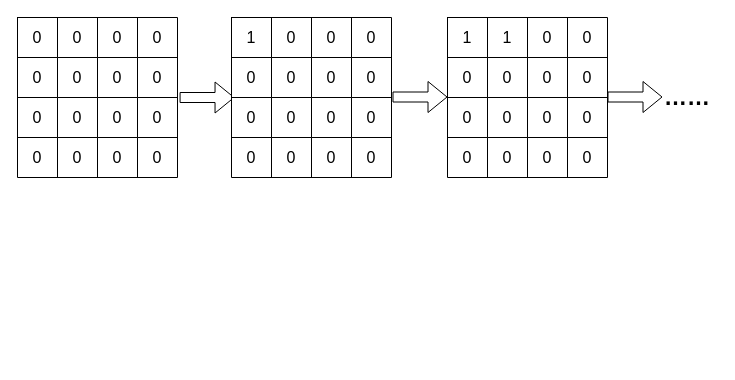
This is doc/yidong.drawio from shanshan-lu/homwork, a draw.io file, before an edit. Source tidied: cells renumbered, new cells numbered last; positions are measured from the earlier drawing's top-left corner, leaving out a move shared by most shapes. Both pictures are drawn from the tidied source at 100%, with x=0, y=0 at pixel (17, 17).
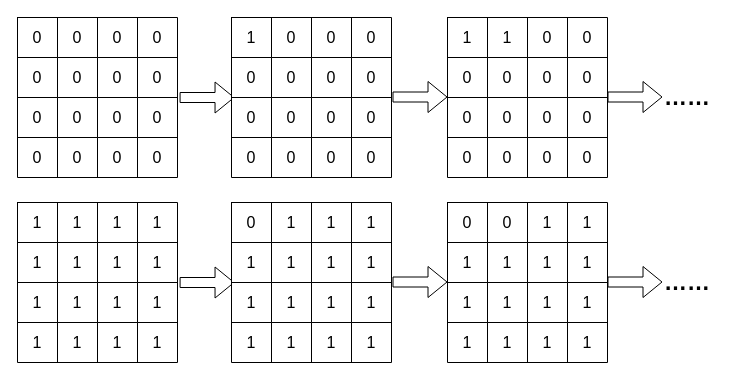
The same diagram, later.

What changed in the source:
```diff
@@
+    <mxCell id="69" style="shape=table;startSize=0;childLayout=tableLayout;fontSize=16;" parent="1" vertex="1">
+      <mxGeometry y="185" width="160" height="160" as="geometry" />
+    </mxCell>
+    <mxCell id="70" style="shape=tableRow;horizontal=0;startSize=0;swimlaneHead=0;swimlaneBody=0;strokeColor=inherit;top=0;left=0;bottom=0;right=0;fillColor=none;fontSize=16;" parent="69" vertex="1">
+      <mxGeometry width="160" height="40" as="geometry" />
+    </mxCell>
+    <mxCell id="71" value="1" style="shape=partialRectangle;html=1;whiteSpace=wrap;strokeColor=inherit;overflow=hidden;fillColor=none;top=0;left=0;bottom=0;right=0;fontSize=16;" parent="70" vertex="1">
+      <mxGeometry width="40" height="40" as="geometry" />
+    </mxCell>
+    <mxCell id="72" value="1" style="shape=partialRectangle;html=1;whiteSpace=wrap;strokeColor=inherit;overflow=hidden;fillColor=none;top=0;left=0;bottom=0;right=0;fontSize=16;" parent="70" vertex="1">
+      <mxGeometry x="40" width="40" height="40" as="geometry" />
+    </mxCell>
+    <mxCell id="73" value="1" style="shape=partialRectangle;html=1;whiteSpace=wrap;strokeColor=inherit;overflow=hidden;fillColor=none;top=0;left=0;bottom=0;right=0;fontSize=16;" parent="70" vertex="1">
+      <mxGeometry x="80" width="40" height="40" as="geometry" />
+    </mxCell>
+    <mxCell id="74" value="1" style="shape=partialRectangle;html=1;whiteSpace=wrap;strokeColor=inherit;overflow=hidden;fillColor=none;top=0;left=0;bottom=0;right=0;fontSize=16;" parent="70" vertex="1">
+      <mxGeometry x="120" width="40" height="40" as="geometry" />
+    </mxCell>
+    <mxCell id="75" style="shape=tableRow;horizontal=0;startSize=0;swimlaneHead=0;swimlaneBody=0;strokeColor=inherit;top=0;left=0;bottom=0;right=0;fillColor=none;points=[[0,0.5],[1,0.5]];portConstraint=eastwest;fontSize=16;" parent="69" vertex="1">
+      <mxGeometry y="40" width="160" height="40" as="geometry" />
+    </mxCell>
+    <mxCell id="76" value="1" style="shape=partialRectangle;html=1;whiteSpace=wrap;strokeColor=inherit;overflow=hidden;fillColor=none;top=0;left=0;bottom=0;right=0;fontSize=16;" parent="75" vertex="1">
+      <mxGeometry width="40" height="40" as="geometry" />
+    </mxCell>
+    <mxCell id="77" value="1" style="shape=partialRectangle;html=1;whiteSpace=wrap;strokeColor=inherit;overflow=hidden;fillColor=none;top=0;left=0;bottom=0;right=0;fontSize=16;" parent="75" vertex="1">
+      <mxGeometry x="40" width="40" height="40" as="geometry" />
+    </mxCell>
+    <mxCell id="78" value="1" style="shape=partialRectangle;html=1;whiteSpace=wrap;strokeColor=inherit;overflow=hidden;fillColor=none;top=0;left=0;bottom=0;right=0;fontSize=16;" parent="75" vertex="1">
+      <mxGeometry x="80" width="40" height="40" as="geometry" />
+    </mxCell>
+    <mxCell id="79" value="1" style="shape=partialRectangle;html=1;whiteSpace=wrap;strokeColor=inherit;overflow=hidden;fillColor=none;top=0;left=0;bottom=0;right=0;fontSize=16;" parent="75" vertex="1">
+      <mxGeometry x="120" width="40" height="40" as="geometry" />
+    </mxCell>
+    <mxCell id="80" style="shape=tableRow;horizontal=0;startSize=0;swimlaneHead=0;swimlaneBody=0;strokeColor=inherit;top=0;left=0;bottom=0;right=0;fillColor=none;fontSize=16;" parent="69" vertex="1">
+      <mxGeometry y="80" width="160" height="40" as="geometry" />
+    </mxCell>
+    <mxCell id="81" value="1" style="shape=partialRectangle;html=1;whiteSpace=wrap;strokeColor=inherit;overflow=hidden;fillColor=none;top=0;left=0;bottom=0;right=0;fontSize=16;" parent="80" vertex="1">
+      <mxGeometry width="40" height="40" as="geometry" />
+    </mxCell>
+    <mxCell id="82" value="1" style="shape=partialRectangle;html=1;whiteSpace=wrap;strokeColor=inherit;overflow=hidden;fillColor=none;top=0;left=0;bottom=0;right=0;fontSize=16;" parent="80" vertex="1">
+      <mxGeometry x="40" width="40" height="40" as="geometry" />
+    </mxCell>
+    <mxCell id="83" value="1" style="shape=partialRectangle;html=1;whiteSpace=wrap;strokeColor=inherit;overflow=hidden;fillColor=none;top=0;left=0;bottom=0;right=0;fontSize=16;" parent="80" vertex="1">
+      <mxGeometry x="80" width="40" height="40" as="geometry" />
+    </mxCell>
+    <mxCell id="84" value="1" style="shape=partialRectangle;html=1;whiteSpace=wrap;strokeColor=inherit;overflow=hidden;fillColor=none;top=0;left=0;bottom=0;right=0;fontSize=16;" parent="80" vertex="1">
+      <mxGeometry x="120" width="40" height="40" as="geometry" />
+    </mxCell>
+    <mxCell id="85" style="shape=tableRow;horizontal=0;startSize=0;swimlaneHead=0;swimlaneBody=0;strokeColor=inherit;top=0;left=0;bottom=0;right=0;fillColor=none;fontSize=16;" parent="69" vertex="1">
+      <mxGeometry y="120" width="160" height="40" as="geometry" />
+    </mxCell>
+    <mxCell id="86" value="1" style="shape=partialRectangle;html=1;whiteSpace=wrap;strokeColor=inherit;overflow=hidden;fillColor=none;top=0;left=0;bottom=0;right=0;fontSize=16;" parent="85" vertex="1">
+      <mxGeometry width="40" height="40" as="geometry" />
+    </mxCell>
+    <mxCell id="87" value="1" style="shape=partialRectangle;html=1;whiteSpace=wrap;strokeColor=inherit;overflow=hidden;fillColor=none;top=0;left=0;bottom=0;right=0;fontSize=16;" parent="85" vertex="1">
+      <mxGeometry x="40" width="40" height="40" as="geometry" />
+    </mxCell>
+    <mxCell id="88" value="1" style="shape=partialRectangle;html=1;whiteSpace=wrap;strokeColor=inherit;overflow=hidden;fillColor=none;top=0;left=0;bottom=0;right=0;fontSize=16;" parent="85" vertex="1">
+      <mxGeometry x="80" width="40" height="40" as="geometry" />
+    </mxCell>
+    <mxCell id="89" value="1" style="shape=partialRectangle;html=1;whiteSpace=wrap;strokeColor=inherit;overflow=hidden;fillColor=none;top=0;left=0;bottom=0;right=0;fontSize=16;" parent="85" vertex="1">
+      <mxGeometry x="120" width="40" height="40" as="geometry" />
+    </mxCell>
+    <mxCell id="90" style="shape=flexArrow;endArrow=classic;html=1;rounded=0;exitX=1.013;exitY=1;exitDx=0;exitDy=0;exitPerimeter=0;entryX=0.019;entryY=0;entryDx=0;entryDy=0;entryPerimeter=0;" parent="1" edge="1" source="75" target="102">
+      <mxGeometry relative="1" as="geometry" />
+    </mxCell>
+    <mxCell id="91" style="shape=table;startSize=0;childLayout=tableLayout;fontSize=16;" parent="1" vertex="1">
+      <mxGeometry x="214" y="185" width="160" height="160" as="geometry" />
+    </mxCell>
+    <mxCell id="92" style="shape=tableRow;horizontal=0;startSize=0;swimlaneHead=0;swimlaneBody=0;strokeColor=inherit;top=0;left=0;bottom=0;right=0;fillColor=none;fontSize=16;" parent="91" vertex="1">
+      <mxGeometry width="160" height="40" as="geometry" />
+    </mxCell>
+    <mxCell id="93" value="0" style="shape=partialRectangle;html=1;whiteSpace=wrap;strokeColor=inherit;overflow=hidden;fillColor=none;top=0;left=0;bottom=0;right=0;fontSize=16;" parent="92" vertex="1">
+      <mxGeometry width="40" height="40" as="geometry" />
+    </mxCell>
+    <mxCell id="94" value="1" style="shape=partialRectangle;html=1;whiteSpace=wrap;strokeColor=inherit;overflow=hidden;fillColor=none;top=0;left=0;bottom=0;right=0;fontSize=16;" parent="92" vertex="1">
+      <mxGeometry x="40" width="40" height="40" as="geometry" />
+    </mxCell>
+    <mxCell id="95" value="1" style="shape=partialRectangle;html=1;whiteSpace=wrap;strokeColor=inherit;overflow=hidden;fillColor=none;top=0;left=0;bottom=0;right=0;fontSize=16;" parent="92" vertex="1">
+      <mxGeometry x="80" width="40" height="40" as="geometry" />
+    </mxCell>
+    <mxCell id="96" value="1" style="shape=partialRectangle;html=1;whiteSpace=wrap;strokeColor=inherit;overflow=hidden;fillColor=none;top=0;left=0;bottom=0;right=0;fontSize=16;" parent="92" vertex="1">
+      <mxGeometry x="120" width="40" height="40" as="geometry" />
+    </mxCell>
+    <mxCell id="97" style="shape=tableRow;horizontal=0;startSize=0;swimlaneHead=0;swimlaneBody=0;strokeColor=inherit;top=0;left=0;bottom=0;right=0;fillColor=none;fontSize=16;" parent="91" vertex="1">
+      <mxGeometry y="40" width="160" height="40" as="geometry" />
+    </mxCell>
+    <mxCell id="98" value="1" style="shape=partialRectangle;html=1;whiteSpace=wrap;strokeColor=inherit;overflow=hidden;fillColor=none;top=0;left=0;bottom=0;right=0;fontSize=16;" parent="97" vertex="1">
+      <mxGeometry width="40" height="40" as="geometry" />
+    </mxCell>
+    <mxCell id="99" value="1" style="shape=partialRectangle;html=1;whiteSpace=wrap;strokeColor=inherit;overflow=hidden;fillColor=none;top=0;left=0;bottom=0;right=0;fontSize=16;" parent="97" vertex="1">
+      <mxGeometry x="40" width="40" height="40" as="geometry" />
+    </mxCell>
+    <mxCell id="100" value="1" style="shape=partialRectangle;html=1;whiteSpace=wrap;strokeColor=inherit;overflow=hidden;fillColor=none;top=0;left=0;bottom=0;right=0;fontSize=16;" parent="97" vertex="1">
+      <mxGeometry x="80" width="40" height="40" as="geometry" />
+    </mxCell>
+    <mxCell id="101" value="1" style="shape=partialRectangle;html=1;whiteSpace=wrap;strokeColor=inherit;overflow=hidden;fillColor=none;top=0;left=0;bottom=0;right=0;fontSize=16;" parent="97" vertex="1">
+      <mxGeometry x="120" width="40" height="40" as="geometry" />
+    </mxCell>
+    <mxCell id="102" style="shape=tableRow;horizontal=0;startSize=0;swimlaneHead=0;swimlaneBody=0;strokeColor=inherit;top=0;left=0;bottom=0;right=0;fillColor=none;points=[[0,0.5],[1,0.5]];portConstraint=eastwest;fontSize=16;" parent="91" vertex="1">
+      <mxGeometry y="80" width="160" height="40" as="geometry" />
+    </mxCell>
+    <mxCell id="103" value="1" style="shape=partialRectangle;html=1;whiteSpace=wrap;strokeColor=inherit;overflow=hidden;fillColor=none;top=0;left=0;bottom=0;right=0;fontSize=16;" parent="102" vertex="1">
+      <mxGeometry width="40" height="40" as="geometry" />
+    </mxCell>
+    <mxCell id="104" value="1" style="shape=partialRectangle;html=1;whiteSpace=wrap;strokeColor=inherit;overflow=hidden;fillColor=none;top=0;left=0;bottom=0;right=0;fontSize=16;" parent="102" vertex="1">
+      <mxGeometry x="40" width="40" height="40" as="geometry" />
+    </mxCell>
+    <mxCell id="105" value="1" style="shape=partialRectangle;html=1;whiteSpace=wrap;strokeColor=inherit;overflow=hidden;fillColor=none;top=0;left=0;bottom=0;right=0;fontSize=16;" parent="102" vertex="1">
+      <mxGeometry x="80" width="40" height="40" as="geometry" />
+    </mxCell>
+    <mxCell id="106" value="1" style="shape=partialRectangle;html=1;whiteSpace=wrap;strokeColor=inherit;overflow=hidden;fillColor=none;top=0;left=0;bottom=0;right=0;fontSize=16;" parent="102" vertex="1">
+      <mxGeometry x="120" width="40" height="40" as="geometry" />
+    </mxCell>
+    <mxCell id="107" style="shape=tableRow;horizontal=0;startSize=0;swimlaneHead=0;swimlaneBody=0;strokeColor=inherit;top=0;left=0;bottom=0;right=0;fillColor=none;fontSize=16;" parent="91" vertex="1">
+      <mxGeometry y="120" width="160" height="40" as="geometry" />
+    </mxCell>
+    <mxCell id="108" value="1" style="shape=partialRectangle;html=1;whiteSpace=wrap;strokeColor=inherit;overflow=hidden;fillColor=none;top=0;left=0;bottom=0;right=0;fontSize=16;" parent="107" vertex="1">
+      <mxGeometry width="40" height="40" as="geometry" />
+    </mxCell>
+    <mxCell id="109" value="1" style="shape=partialRectangle;html=1;whiteSpace=wrap;strokeColor=inherit;overflow=hidden;fillColor=none;top=0;left=0;bottom=0;right=0;fontSize=16;" parent="107" vertex="1">
+      <mxGeometry x="40" width="40" height="40" as="geometry" />
+    </mxCell>
+    <mxCell id="110" value="1" style="shape=partialRectangle;html=1;whiteSpace=wrap;strokeColor=inherit;overflow=hidden;fillColor=none;top=0;left=0;bottom=0;right=0;fontSize=16;" parent="107" vertex="1">
+      <mxGeometry x="80" width="40" height="40" as="geometry" />
+    </mxCell>
+    <mxCell id="111" value="1" style="shape=partialRectangle;html=1;whiteSpace=wrap;strokeColor=inherit;overflow=hidden;fillColor=none;top=0;left=0;bottom=0;right=0;fontSize=16;" parent="107" vertex="1">
+      <mxGeometry x="120" width="40" height="40" as="geometry" />
+    </mxCell>
+    <mxCell id="112" style="shape=table;startSize=0;childLayout=tableLayout;fontSize=16;" parent="1" vertex="1">
+      <mxGeometry x="430" y="185" width="160" height="160" as="geometry" />
+    </mxCell>
+    <mxCell id="113" style="shape=tableRow;horizontal=0;startSize=0;swimlaneHead=0;swimlaneBody=0;strokeColor=inherit;top=0;left=0;bottom=0;right=0;fillColor=none;fontSize=16;" parent="112" vertex="1">
+      <mxGeometry width="160" height="40" as="geometry" />
+    </mxCell>
+    <mxCell id="114" value="0" style="shape=partialRectangle;html=1;whiteSpace=wrap;strokeColor=inherit;overflow=hidden;fillColor=none;top=0;left=0;bottom=0;right=0;fontSize=16;" parent="113" vertex="1">
+      <mxGeometry width="40" height="40" as="geometry" />
+    </mxCell>
+    <mxCell id="115" value="0" style="shape=partialRectangle;html=1;whiteSpace=wrap;strokeColor=inherit;overflow=hidden;fillColor=none;top=0;left=0;bottom=0;right=0;fontSize=16;" parent="113" vertex="1">
+      <mxGeometry x="40" width="40" height="40" as="geometry" />
+    </mxCell>
+    <mxCell id="116" value="1" style="shape=partialRectangle;html=1;whiteSpace=wrap;strokeColor=inherit;overflow=hidden;fillColor=none;top=0;left=0;bottom=0;right=0;fontSize=16;" parent="113" vertex="1">
+      <mxGeometry x="80" width="40" height="40" as="geometry" />
+    </mxCell>
+    <mxCell id="117" value="1" style="shape=partialRectangle;html=1;whiteSpace=wrap;strokeColor=inherit;overflow=hidden;fillColor=none;top=0;left=0;bottom=0;right=0;fontSize=16;" parent="113" vertex="1">
+      <mxGeometry x="120" width="40" height="40" as="geometry" />
+    </mxCell>
+    <mxCell id="118" style="shape=tableRow;horizontal=0;startSize=0;swimlaneHead=0;swimlaneBody=0;strokeColor=inherit;top=0;left=0;bottom=0;right=0;fillColor=none;fontSize=16;" parent="112" vertex="1">
+      <mxGeometry y="40" width="160" height="40" as="geometry" />
+    </mxCell>
+    <mxCell id="119" value="1" style="shape=partialRectangle;html=1;whiteSpace=wrap;strokeColor=inherit;overflow=hidden;fillColor=none;top=0;left=0;bottom=0;right=0;fontSize=16;" parent="118" vertex="1">
+      <mxGeometry width="40" height="40" as="geometry" />
+    </mxCell>
+    <mxCell id="120" value="1" style="shape=partialRectangle;html=1;whiteSpace=wrap;strokeColor=inherit;overflow=hidden;fillColor=none;top=0;left=0;bottom=0;right=0;fontSize=16;" parent="118" vertex="1">
+      <mxGeometry x="40" width="40" height="40" as="geometry" />
+    </mxCell>
+    <mxCell id="121" value="1" style="shape=partialRectangle;html=1;whiteSpace=wrap;strokeColor=inherit;overflow=hidden;fillColor=none;top=0;left=0;bottom=0;right=0;fontSize=16;" parent="118" vertex="1">
+      <mxGeometry x="80" width="40" height="40" as="geometry" />
+    </mxCell>
+    <mxCell id="122" value="1" style="shape=partialRectangle;html=1;whiteSpace=wrap;strokeColor=inherit;overflow=hidden;fillColor=none;top=0;left=0;bottom=0;right=0;fontSize=16;" parent="118" vertex="1">
+      <mxGeometry x="120" width="40" height="40" as="geometry" />
+    </mxCell>
+    <mxCell id="123" style="shape=tableRow;horizontal=0;startSize=0;swimlaneHead=0;swimlaneBody=0;strokeColor=inherit;top=0;left=0;bottom=0;right=0;fillColor=none;fontSize=16;" parent="112" vertex="1">
+      <mxGeometry y="80" width="160" height="40" as="geometry" />
+    </mxCell>
+    <mxCell id="124" value="1" style="shape=partialRectangle;html=1;whiteSpace=wrap;strokeColor=inherit;overflow=hidden;fillColor=none;top=0;left=0;bottom=0;right=0;fontSize=16;" parent="123" vertex="1">
+      <mxGeometry width="40" height="40" as="geometry" />
+    </mxCell>
+    <mxCell id="125" value="1" style="shape=partialRectangle;html=1;whiteSpace=wrap;strokeColor=inherit;overflow=hidden;fillColor=none;top=0;left=0;bottom=0;right=0;fontSize=16;" parent="123" vertex="1">
+      <mxGeometry x="40" width="40" height="40" as="geometry" />
+    </mxCell>
+    <mxCell id="126" value="1" style="shape=partialRectangle;html=1;whiteSpace=wrap;strokeColor=inherit;overflow=hidden;fillColor=none;top=0;left=0;bottom=0;right=0;fontSize=16;" parent="123" vertex="1">
+      <mxGeometry x="80" width="40" height="40" as="geometry" />
+    </mxCell>
+    <mxCell id="127" value="1" style="shape=partialRectangle;html=1;whiteSpace=wrap;strokeColor=inherit;overflow=hidden;fillColor=none;top=0;left=0;bottom=0;right=0;fontSize=16;" parent="123" vertex="1">
+      <mxGeometry x="120" width="40" height="40" as="geometry" />
+    </mxCell>
+    <mxCell id="128" style="shape=tableRow;horizontal=0;startSize=0;swimlaneHead=0;swimlaneBody=0;strokeColor=inherit;top=0;left=0;bottom=0;right=0;fillColor=none;fontSize=16;" parent="112" vertex="1">
+      <mxGeometry y="120" width="160" height="40" as="geometry" />
+    </mxCell>
+    <mxCell id="129" value="1" style="shape=partialRectangle;html=1;whiteSpace=wrap;strokeColor=inherit;overflow=hidden;fillColor=none;top=0;left=0;bottom=0;right=0;fontSize=16;" parent="128" vertex="1">
+      <mxGeometry width="40" height="40" as="geometry" />
+    </mxCell>
+    <mxCell id="130" value="1" style="shape=partialRectangle;html=1;whiteSpace=wrap;strokeColor=inherit;overflow=hidden;fillColor=none;top=0;left=0;bottom=0;right=0;fontSize=16;" parent="128" vertex="1">
+      <mxGeometry x="40" width="40" height="40" as="geometry" />
+    </mxCell>
+    <mxCell id="131" value="1" style="shape=partialRectangle;html=1;whiteSpace=wrap;strokeColor=inherit;overflow=hidden;fillColor=none;top=0;left=0;bottom=0;right=0;fontSize=16;" parent="128" vertex="1">
+      <mxGeometry x="80" width="40" height="40" as="geometry" />
+    </mxCell>
+    <mxCell id="132" value="1" style="shape=partialRectangle;html=1;whiteSpace=wrap;strokeColor=inherit;overflow=hidden;fillColor=none;top=0;left=0;bottom=0;right=0;fontSize=16;" parent="128" vertex="1">
+      <mxGeometry x="120" width="40" height="40" as="geometry" />
+    </mxCell>
+    <mxCell id="133" style="shape=flexArrow;endArrow=classic;html=1;rounded=0;exitX=1.013;exitY=1;exitDx=0;exitDy=0;exitPerimeter=0;entryX=0.019;entryY=0;entryDx=0;entryDy=0;entryPerimeter=0;" parent="1" edge="1">
+      <mxGeometry relative="1" as="geometry">
+        <mxPoint x="375" y="264.5" as="sourcePoint" />
+        <mxPoint x="430" y="264.5" as="targetPoint" />
+      </mxGeometry>
+    </mxCell>
+    <mxCell id="134" style="shape=flexArrow;endArrow=classic;html=1;rounded=0;exitX=1.013;exitY=1;exitDx=0;exitDy=0;exitPerimeter=0;entryX=0.019;entryY=0;entryDx=0;entryDy=0;entryPerimeter=0;" parent="1" edge="1">
+      <mxGeometry relative="1" as="geometry">
+        <mxPoint x="590" y="264.5" as="sourcePoint" />
+        <mxPoint x="645" y="264.5" as="targetPoint" />
+      </mxGeometry>
+    </mxCell>
+    <mxCell id="135" value="&lt;font style=&quot;font-size: 23px;&quot;&gt;&lt;b&gt;……&lt;/b&gt;&lt;/font&gt;" style="text;html=1;strokeColor=none;fillColor=none;align=center;verticalAlign=middle;whiteSpace=wrap;rounded=0;" parent="1" vertex="1">
+      <mxGeometry x="640" y="250" width="60" height="30" as="geometry" />
+    </mxCell>
```
